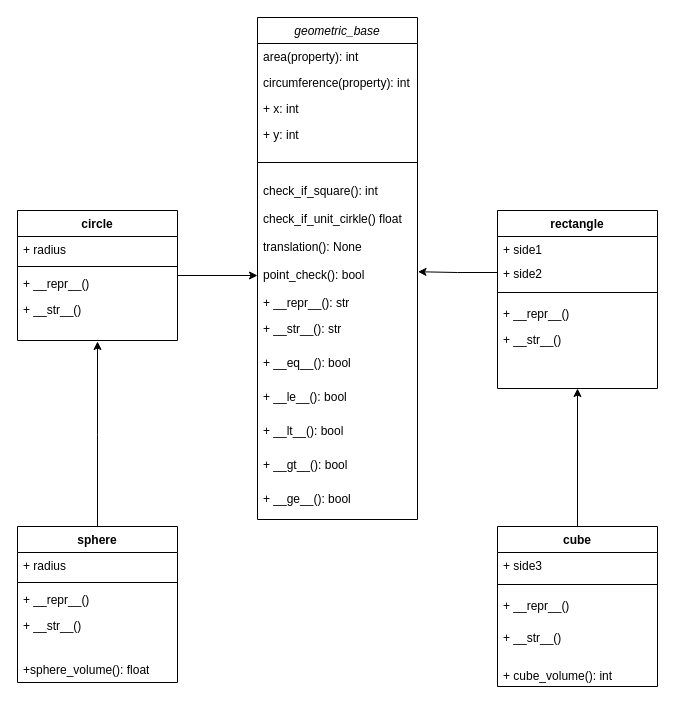
This is Labs/Untitled Diagram.drawio from koop46/Python_Alejandro_Martinez, a draw.io file, before an edit. Source tidied: cells renumbered, new cells numbered last; positions are measured from the earlier drawing's top-left corner, leaving out a move shared by most shapes. Both pictures are drawn from the tidied source at 100%, with x=0, y=0 at pixel (17, 17).
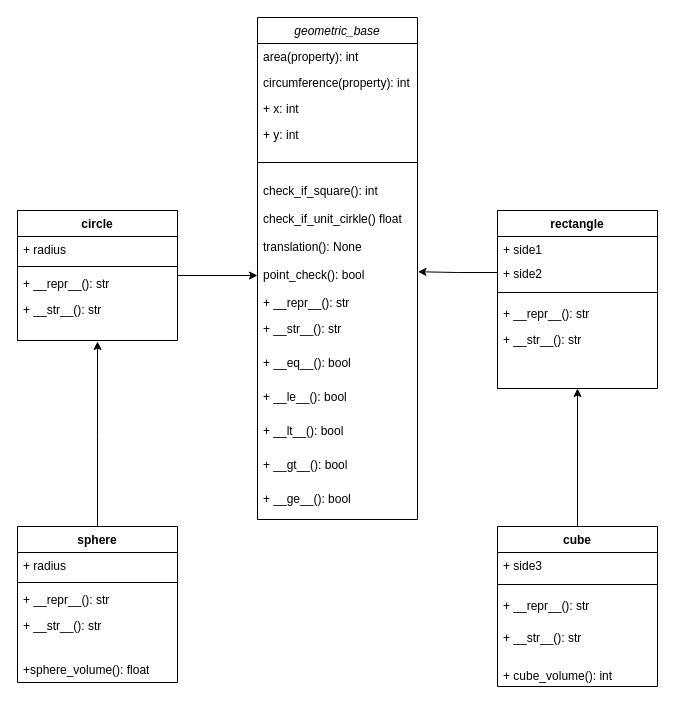
The same diagram, later.

Unchanged cells that the change refers to:
```xml
<mxCell id="19" value="rectangle" style="swimlane;fontStyle=1;align=center;verticalAlign=top;horizontal=1;startSize=26;whiteSpace=wrap;html=1;" parent="1" vertex="1">
  <mxGeometry x="480" y="193" width="160" height="178" as="geometry" />
</mxCell>
<mxCell id="26" value="circle&lt;br&gt;" style="swimlane;fontStyle=1;align=center;verticalAlign=top;horizontal=1;startSize=26;whiteSpace=wrap;html=1;" parent="1" vertex="1">
  <mxGeometry y="193" width="160" height="130" as="geometry" />
</mxCell>
<mxCell id="32" value="cube" style="swimlane;fontStyle=1;align=center;verticalAlign=top;horizontal=1;startSize=26;whiteSpace=wrap;html=1;" parent="1" vertex="1">
  <mxGeometry x="480" y="509" width="160" height="160" as="geometry" />
</mxCell>
<mxCell id="39" value="sphere" style="swimlane;fontStyle=1;align=center;verticalAlign=top;horizontal=1;startSize=26;whiteSpace=wrap;html=1;" parent="1" vertex="1">
  <mxGeometry y="509" width="160" height="156" as="geometry" />
</mxCell>
```

The edit, as a diff of the source:
```diff
@@
-    <mxCell id="23" value="+ __repr__()" style="text;strokeColor=none;fillColor=none;align=left;verticalAlign=top;spacingLeft=4;spacingRight=4;overflow=hidden;whiteSpace=wrap;html=1;" parent="19" vertex="1">
+    <mxCell id="23" value="+ __repr__(): str" style="text;strokeColor=none;fillColor=none;align=left;verticalAlign=top;spacingLeft=4;spacingRight=4;overflow=hidden;whiteSpace=wrap;html=1;" parent="19" vertex="1">
       <mxGeometry y="90" width="160" height="26" as="geometry" />
     </mxCell>
-    <mxCell id="24" value="+ __str__()" style="text;strokeColor=none;fillColor=none;align=left;verticalAlign=top;spacingLeft=4;spacingRight=4;overflow=hidden;points=[[0,0.5],[1,0.5]];portConstraint=eastwest;whiteSpace=wrap;html=1;" parent="19" vertex="1">
+    <mxCell id="24" value="+ __str__(): str" style="text;strokeColor=none;fillColor=none;align=left;verticalAlign=top;spacingLeft=4;spacingRight=4;overflow=hidden;points=[[0,0.5],[1,0.5]];portConstraint=eastwest;whiteSpace=wrap;html=1;" parent="19" vertex="1">
       <mxGeometry y="116" width="160" height="62" as="geometry" />
     </mxCell>
@@
-    <mxCell id="29" value="+ __repr__()" style="text;strokeColor=none;fillColor=none;align=left;verticalAlign=top;spacingLeft=4;spacingRight=4;overflow=hidden;whiteSpace=wrap;html=1;" parent="26" vertex="1">
+    <mxCell id="29" value="+ __repr__(): str" style="text;strokeColor=none;fillColor=none;align=left;verticalAlign=top;spacingLeft=4;spacingRight=4;overflow=hidden;whiteSpace=wrap;html=1;" parent="26" vertex="1">
       <mxGeometry y="60" width="160" height="26" as="geometry" />
     </mxCell>
-    <mxCell id="30" value="+ __str__()" style="text;strokeColor=none;fillColor=none;align=left;verticalAlign=top;spacingLeft=4;spacingRight=4;overflow=hidden;whiteSpace=wrap;html=1;" parent="26" vertex="1">
+    <mxCell id="30" value="+ __str__(): str" style="text;strokeColor=none;fillColor=none;align=left;verticalAlign=top;spacingLeft=4;spacingRight=4;overflow=hidden;whiteSpace=wrap;html=1;" parent="26" vertex="1">
       <mxGeometry y="86" width="160" height="44" as="geometry" />
     </mxCell>
@@
-    <mxCell id="35" value="+ __repr__()" style="text;strokeColor=none;fillColor=none;align=left;verticalAlign=top;spacingLeft=4;spacingRight=4;overflow=hidden;whiteSpace=wrap;html=1;" parent="32" vertex="1">
+    <mxCell id="35" value="+ __repr__(): str" style="text;strokeColor=none;fillColor=none;align=left;verticalAlign=top;spacingLeft=4;spacingRight=4;overflow=hidden;whiteSpace=wrap;html=1;" parent="32" vertex="1">
       <mxGeometry y="66" width="160" height="32" as="geometry" />
     </mxCell>
-    <mxCell id="36" value="+ __str__()" style="text;strokeColor=none;fillColor=none;align=left;verticalAlign=top;spacingLeft=4;spacingRight=4;overflow=hidden;whiteSpace=wrap;html=1;" parent="32" vertex="1">
+    <mxCell id="36" value="+ __str__(): str" style="text;strokeColor=none;fillColor=none;align=left;verticalAlign=top;spacingLeft=4;spacingRight=4;overflow=hidden;whiteSpace=wrap;html=1;" parent="32" vertex="1">
       <mxGeometry y="98" width="160" height="38" as="geometry" />
     </mxCell>
@@
-    <mxCell id="42" value="+ __repr__()" style="text;strokeColor=none;fillColor=none;align=left;verticalAlign=top;spacingLeft=4;spacingRight=4;overflow=hidden;whiteSpace=wrap;html=1;" parent="39" vertex="1">
+    <mxCell id="42" value="+ __repr__(): str" style="text;strokeColor=none;fillColor=none;align=left;verticalAlign=top;spacingLeft=4;spacingRight=4;overflow=hidden;whiteSpace=wrap;html=1;" parent="39" vertex="1">
       <mxGeometry y="60" width="160" height="26" as="geometry" />
     </mxCell>
-    <mxCell id="43" value="+ __str__()" style="text;strokeColor=none;fillColor=none;align=left;verticalAlign=top;spacingLeft=4;spacingRight=4;overflow=hidden;whiteSpace=wrap;html=1;" parent="39" vertex="1">
+    <mxCell id="43" value="+ __str__(): str" style="text;strokeColor=none;fillColor=none;align=left;verticalAlign=top;spacingLeft=4;spacingRight=4;overflow=hidden;whiteSpace=wrap;html=1;" parent="39" vertex="1">
       <mxGeometry y="86" width="160" height="44" as="geometry" />
     </mxCell>
```
